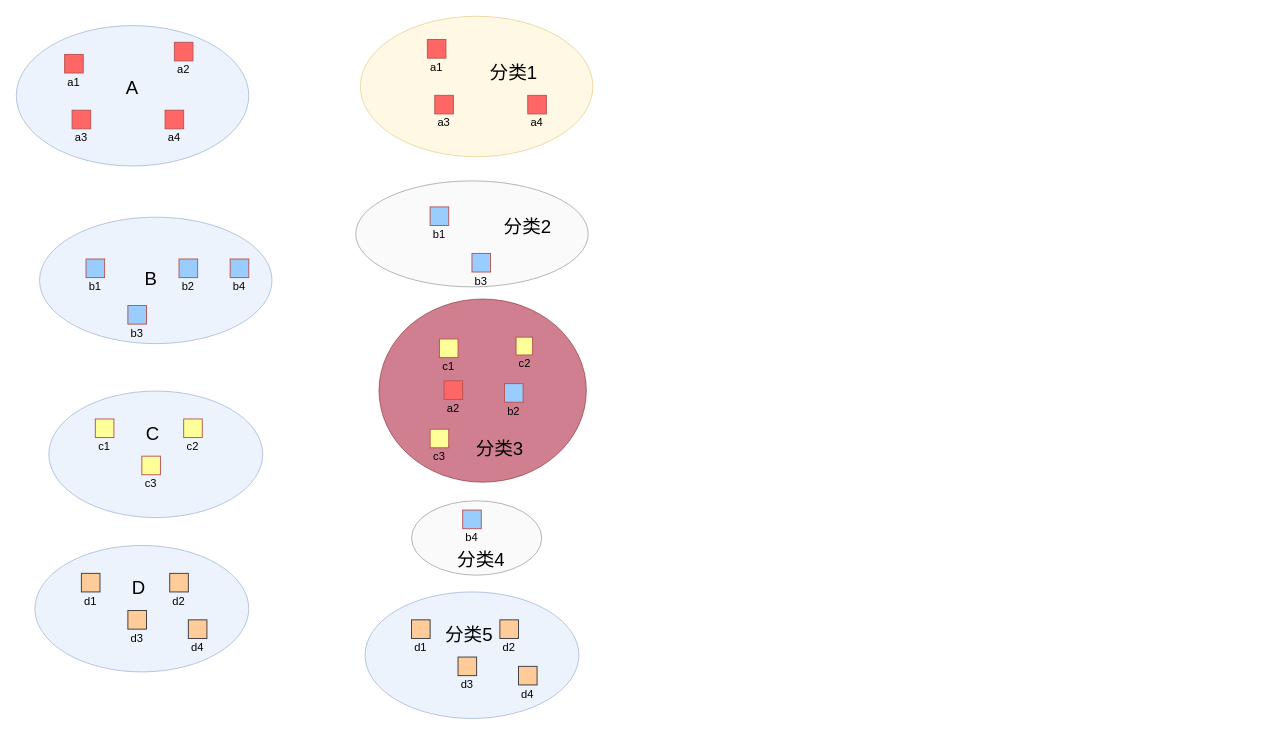
The draw.io diagram 未命名表单.drawio in chenlei87/utils, before the edit. Source tidied: cells renumbered, new cells numbered last; positions are measured from the earlier drawing's top-left corner, leaving out a move shared by most shapes. Both pictures are drawn from the tidied source at 93%, with x=0, y=0 at pixel (16, 16).
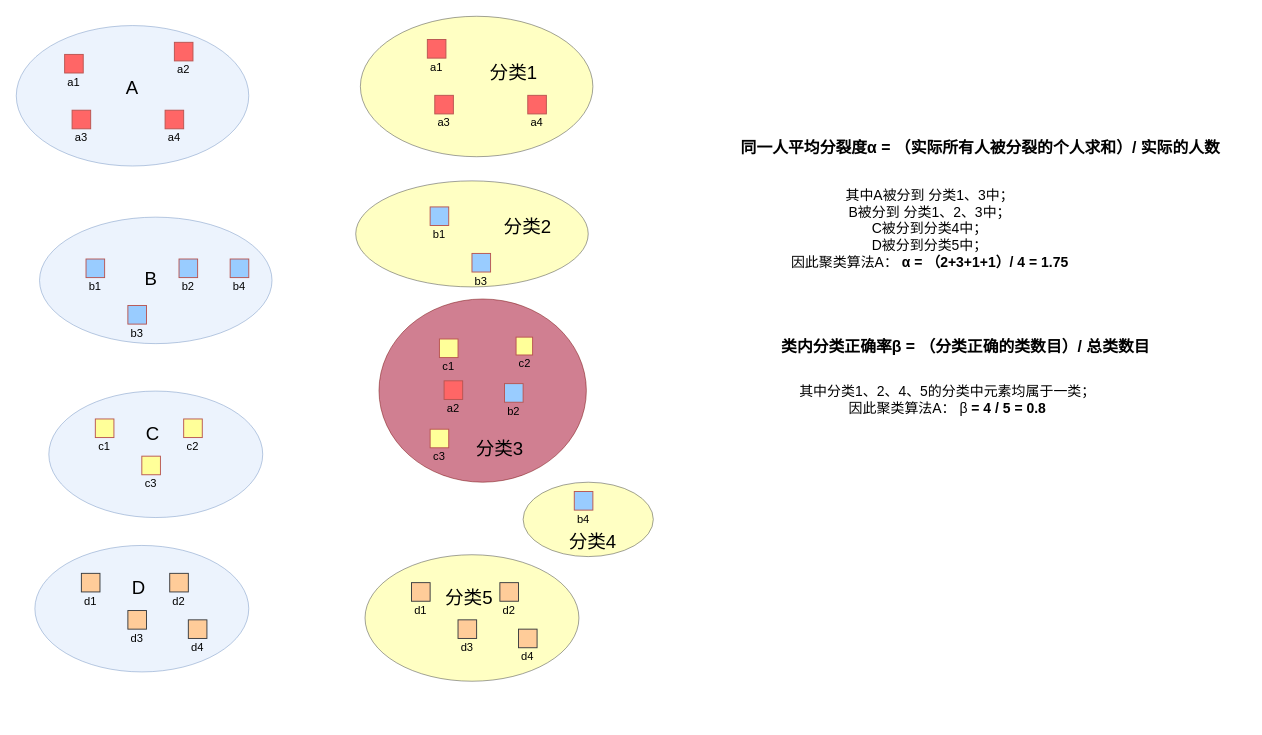
The same page after the edit.

Commit message:
分类评价说明.drawio

Change to the diagram source:
```diff
@@
-    <mxCell id="2" style="ellipse;whiteSpace=wrap;html=1;rounded=0;shadow=0;strokeWidth=1;fillColor=#f5f5f5;fontSize=24;align=right;strokeColor=#666666;opacity=50;fontColor=#333333;" parent="1" vertex="1">
-      <mxGeometry x="425" y="521" width="140" height="80" as="geometry" />
+    <mxCell id="2" style="ellipse;whiteSpace=wrap;html=1;rounded=0;shadow=0;strokeWidth=1;fillColor=#ffff88;fontSize=24;align=right;strokeColor=#36393d;opacity=50;" parent="1" vertex="1">
+      <mxGeometry x="545" y="501" width="140" height="80" as="geometry" />
     </mxCell>
@@
-    <mxCell id="65" style="ellipse;whiteSpace=wrap;html=1;rounded=0;shadow=0;strokeWidth=1;fillColor=#f5f5f5;fontSize=24;align=right;strokeColor=#666666;opacity=50;fontColor=#333333;" parent="1" vertex="1">
+    <mxCell id="65" style="ellipse;whiteSpace=wrap;html=1;rounded=0;shadow=0;strokeWidth=1;fillColor=#ffff88;fontSize=24;align=right;strokeColor=#36393d;opacity=50;" parent="1" vertex="1">
       <mxGeometry x="365" y="177" width="250" height="114" as="geometry" />
     </mxCell>
-    <mxCell id="66" style="ellipse;whiteSpace=wrap;html=1;rounded=0;shadow=0;strokeWidth=1;fillColor=#fff2cc;fontSize=24;align=right;strokeColor=#d6b656;opacity=50;" parent="1" vertex="1">
+    <mxCell id="66" style="ellipse;whiteSpace=wrap;html=1;rounded=0;shadow=0;strokeWidth=1;fontSize=24;align=right;opacity=50;fillColor=#ffff88;strokeColor=#36393d;" parent="1" vertex="1">
       <mxGeometry x="370" width="250" height="151" as="geometry" />
     </mxCell>
@@
     <mxCell id="98" style="group;" parent="1" vertex="1">
-      <mxGeometry x="470" y="531" width="40" height="40" as="geometry" />
+      <mxGeometry x="590" y="511" width="40" height="40" as="geometry" />
     </mxCell>
@@
     <mxCell id="102" value="分类4" style="text;html=1;strokeColor=none;fillColor=none;align=center;verticalAlign=middle;whiteSpace=wrap;rounded=0;shadow=0;fontSize=20;" parent="1" vertex="1">
-      <mxGeometry x="460" y="569" width="80" height="30" as="geometry" />
+      <mxGeometry x="580" y="549" width="80" height="30" as="geometry" />
     </mxCell>
@@
-    <mxCell id="122" style="ellipse;whiteSpace=wrap;html=1;rounded=0;shadow=0;strokeWidth=1;fillColor=#dae8fc;fontSize=24;align=right;strokeColor=#6c8ebf;opacity=50;" parent="1" vertex="1">
-      <mxGeometry x="375" y="619" width="230" height="136" as="geometry" />
+    <mxCell id="122" style="ellipse;whiteSpace=wrap;html=1;rounded=0;shadow=0;strokeWidth=1;fillColor=#ffff88;fontSize=24;align=right;strokeColor=#36393d;opacity=50;" parent="1" vertex="1">
+      <mxGeometry x="375" y="579" width="230" height="136" as="geometry" />
     </mxCell>
     <mxCell id="123" style="group;" parent="1" vertex="1">
-      <mxGeometry x="415" y="649" width="40" height="40" as="geometry" />
+      <mxGeometry x="415" y="609" width="40" height="40" as="geometry" />
     </mxCell>
@@
     <mxCell id="128" style="group;" parent="1" vertex="1">
-      <mxGeometry x="510" y="649" width="40" height="40" as="geometry" />
+      <mxGeometry x="510" y="609" width="40" height="40" as="geometry" />
     </mxCell>
@@
     <mxCell id="133" style="group;" parent="1" vertex="1">
-      <mxGeometry x="465" y="689" width="40" height="40" as="geometry" />
+      <mxGeometry x="465" y="649" width="40" height="40" as="geometry" />
     </mxCell>
@@
     <mxCell id="138" value="分类5" style="text;html=1;strokeColor=none;fillColor=none;align=center;verticalAlign=middle;whiteSpace=wrap;rounded=0;shadow=0;fontSize=20;" parent="1" vertex="1">
-      <mxGeometry x="447" y="649" width="80" height="30" as="geometry" />
+      <mxGeometry x="447" y="609" width="80" height="30" as="geometry" />
     </mxCell>
     <mxCell id="139" style="whiteSpace=wrap;html=1;rounded=0;shadow=0;strokeWidth=1;fillColor=#ffcc99;fontSize=24;align=right;strokeColor=#36393d;" parent="1" vertex="1">
-      <mxGeometry x="540" y="699" width="20" height="20" as="geometry" />
+      <mxGeometry x="540" y="659" width="20" height="20" as="geometry" />
     </mxCell>
     <mxCell id="140" value="d4" style="text;html=1;strokeColor=none;fillColor=none;align=center;verticalAlign=middle;whiteSpace=wrap;rounded=0;" parent="1" vertex="1">
-      <mxGeometry x="530" y="719" width="40" height="20" as="geometry" />
+      <mxGeometry x="530" y="679" width="40" height="20" as="geometry" />
     </mxCell>
+    <mxCell id="141" value="同一人平均分裂度α&amp;nbsp;= （实际所有人被分裂的个人求和）/ 实际的人数" style="text;html=1;strokeColor=none;fillColor=none;align=center;verticalAlign=middle;whiteSpace=wrap;rounded=0;fontSize=17;fontStyle=1;" parent="1" vertex="1">
+      <mxGeometry x="752" y="105" width="570" height="75" as="geometry" />
+    </mxCell>
+    <mxCell id="142" value="其中A被分到 分类1、3中；&lt;br&gt;B被分到 分类1、2、3中；&lt;br&gt;C被分到分类4中；&lt;br&gt;D被分到分类5中；&lt;br&gt;因此聚类算法A： &lt;b&gt;α = （2+3+1+1）/ 4 = 1.75&lt;/b&gt;" style="text;html=1;strokeColor=none;fillColor=none;align=center;verticalAlign=middle;whiteSpace=wrap;rounded=0;fontSize=15;" parent="1" vertex="1">
+      <mxGeometry x="802" y="172" width="361" height="112" as="geometry" />
+    </mxCell>
+    <mxCell id="143" value="类内分类正确率β = （分类正确的类数目）/ 总类数目" style="text;html=1;strokeColor=none;fillColor=none;align=center;verticalAlign=middle;whiteSpace=wrap;rounded=0;fontSize=17;fontStyle=1;" parent="1" vertex="1">
+      <mxGeometry x="736" y="319.5" width="570" height="75" as="geometry" />
+    </mxCell>
+    <mxCell id="144" value="其中分类1、2、4、5的分类中元素均属于一类；&lt;br&gt;因此聚类算法A：&amp;nbsp;&lt;span&gt;β&lt;/span&gt;&lt;b&gt;&amp;nbsp;= 4 / 5 = 0.8&lt;/b&gt;" style="text;html=1;strokeColor=none;fillColor=none;align=center;verticalAlign=middle;whiteSpace=wrap;rounded=0;fontSize=15;" parent="1" vertex="1">
+      <mxGeometry x="821" y="379.5" width="361" height="65" as="geometry" />
+    </mxCell>
```
